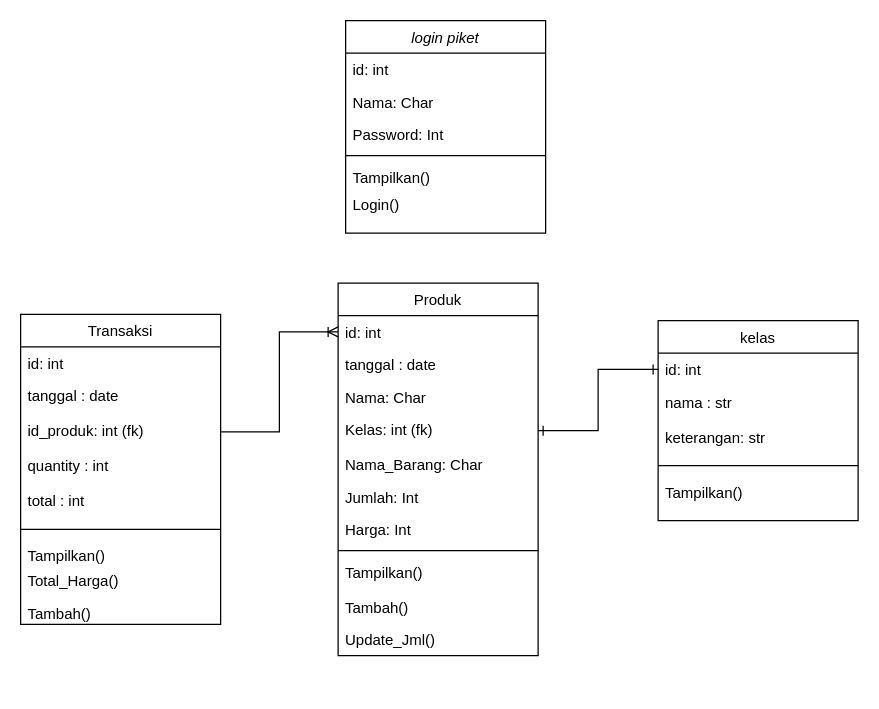
Earlier version of the draw.io diagram class diagram.drawio (R-TSE-Real-Time-Software-Engineers/SPW-Canteen). Source tidied: cells renumbered, new cells numbered last; positions are measured from the earlier drawing's top-left corner, leaving out a move shared by most shapes. Both pictures are drawn from the tidied source at 125%, with x=0, y=0 at pixel (20, 20).
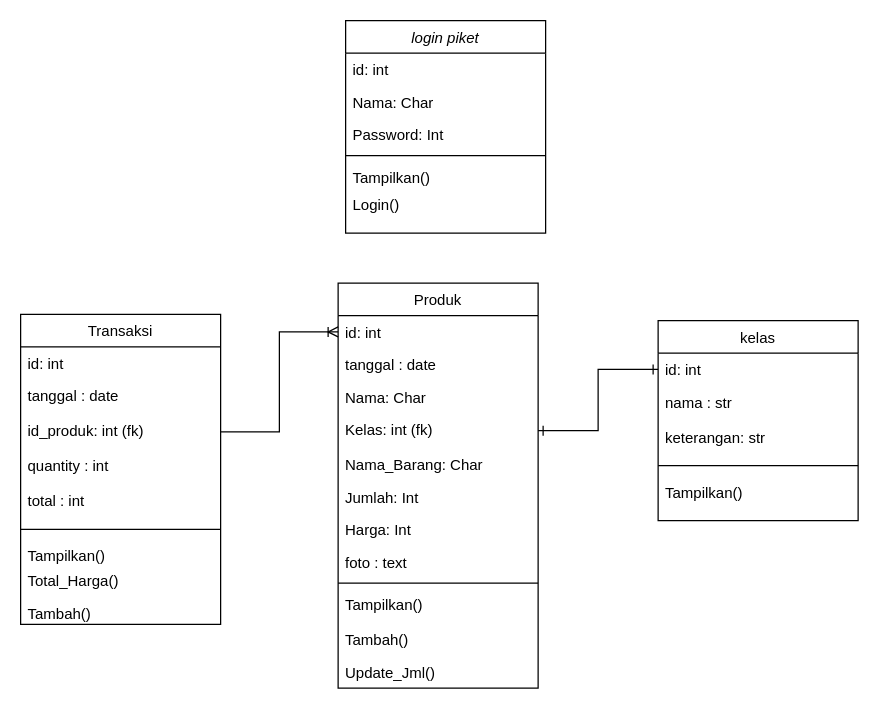
The same page after the edit.

Change to the diagram source:
```diff
@@
     <mxCell id="9" value="Produk" style="swimlane;fontStyle=0;align=center;verticalAlign=top;horizontal=1;startSize=26;rounded=0;shadow=0;strokeWidth=1;" parent="1" vertex="1">
-      <mxGeometry x="254" y="210" width="160" height="298" as="geometry" />
+      <mxGeometry x="254" y="210" width="160" height="324" as="geometry" />
     </mxCell>
@@
+    <mxCell id="39" value="foto : text" style="text;align=left;verticalAlign=top;spacingLeft=4;spacingRight=4;overflow=hidden;rounded=0;shadow=0;html=0;" parent="9" vertex="1">
+      <mxGeometry y="210" width="160" height="26" as="geometry" />
+    </mxCell>
     <mxCell id="17" style="line;html=1;strokeWidth=1;align=left;verticalAlign=middle;spacingTop=-1;spacingLeft=3;spacingRight=3;labelPosition=right;" parent="9" vertex="1">
-      <mxGeometry y="210" width="160" height="8" as="geometry" />
+      <mxGeometry y="236" width="160" height="8" as="geometry" />
     </mxCell>
     <mxCell id="18" value="Tampilkan()" style="text;align=left;verticalAlign=top;spacingLeft=4;spacingRight=4;overflow=hidden;" parent="9" vertex="1">
-      <mxGeometry y="218" width="160" height="28" as="geometry" />
+      <mxGeometry y="244" width="160" height="28" as="geometry" />
     </mxCell>
     <mxCell id="19" value="Tambah()" style="text;align=left;verticalAlign=top;spacingLeft=4;spacingRight=4;overflow=hidden;" parent="9" vertex="1">
-      <mxGeometry y="246" width="160" height="26" as="geometry" />
+      <mxGeometry y="272" width="160" height="26" as="geometry" />
     </mxCell>
     <mxCell id="20" value="Update_Jml()" style="text;align=left;verticalAlign=top;spacingLeft=4;spacingRight=4;overflow=hidden;" parent="9" vertex="1">
-      <mxGeometry y="272" width="160" height="26" as="geometry" />
+      <mxGeometry y="298" width="160" height="26" as="geometry" />
     </mxCell>
```
